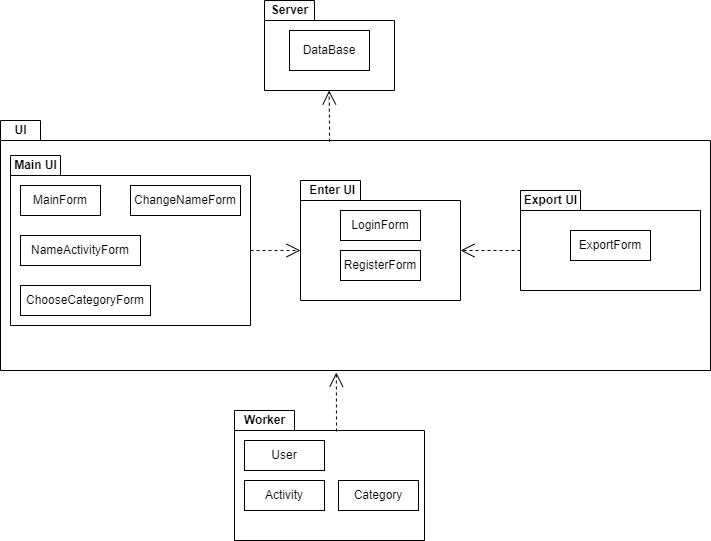
This is Диаграмма пакетов.png from MgrDim/Time-tracking-app-project, a draw.io export, as it was before one commit. Source tidied: cells renumbered, new cells last; positions are measured from the earlier drawing's top-left corner, leaving out a move shared by most shapes. The source it was exported from:
```xml
<mxGraphModel>
  <root>
    <mxCell id="0" />
    <mxCell id="1" parent="0" />
    <mxCell id="2" style="group;" parent="1" vertex="1">
      <mxGeometry y="120" width="710" height="250" as="geometry" />
    </mxCell>
    <mxCell id="3" style="shape=folder;fontStyle=1;spacingTop=10;tabWidth=40;tabHeight=20;tabPosition=left;html=1;whiteSpace=wrap;" parent="2" vertex="1">
      <mxGeometry width="710" height="250" as="geometry" />
    </mxCell>
    <mxCell id="4" value="UI" style="text;align=center;fontStyle=1;verticalAlign=middle;spacingLeft=3;spacingRight=3;strokeColor=none;html=1;" parent="2" vertex="1">
      <mxGeometry width="40" height="20" as="geometry" />
    </mxCell>
    <mxCell id="5" style="group;" parent="2" vertex="1">
      <mxGeometry x="300" y="60" width="190" height="120" as="geometry" />
    </mxCell>
    <mxCell id="6" style="shape=folder;fontStyle=1;spacingTop=10;tabWidth=60;tabHeight=20;tabPosition=left;html=1;whiteSpace=wrap;" parent="5" vertex="1">
      <mxGeometry width="160" height="120" as="geometry" />
    </mxCell>
    <mxCell id="7" value="&amp;nbsp;Enter UI" style="text;align=center;fontStyle=1;verticalAlign=middle;spacingLeft=3;spacingRight=3;strokeColor=none;html=1;" parent="5" vertex="1">
      <mxGeometry width="60" height="20" as="geometry" />
    </mxCell>
    <mxCell id="8" value="LoginForm" style="html=1;whiteSpace=wrap;" parent="5" vertex="1">
      <mxGeometry x="40" y="30" width="80" height="30" as="geometry" />
    </mxCell>
    <mxCell id="9" value="RegisterForm" style="html=1;whiteSpace=wrap;" parent="5" vertex="1">
      <mxGeometry x="40" y="70" width="80" height="30" as="geometry" />
    </mxCell>
    <mxCell id="10" style="group;" parent="2" vertex="1">
      <mxGeometry x="10" y="35" width="240" height="170" as="geometry" />
    </mxCell>
    <mxCell id="11" style="shape=folder;fontStyle=1;spacingTop=10;tabWidth=50;tabHeight=20;tabPosition=left;html=1;whiteSpace=wrap;" parent="10" vertex="1">
      <mxGeometry width="240" height="170" as="geometry" />
    </mxCell>
    <mxCell id="12" value="Main UI" style="text;align=center;fontStyle=1;verticalAlign=middle;spacingLeft=3;spacingRight=3;strokeColor=none;html=1;" parent="10" vertex="1">
      <mxGeometry width="50" height="20" as="geometry" />
    </mxCell>
    <mxCell id="13" value="MainForm" style="html=1;whiteSpace=wrap;" parent="10" vertex="1">
      <mxGeometry x="10" y="30" width="80" height="30" as="geometry" />
    </mxCell>
    <mxCell id="14" value="NameActivityForm" style="html=1;whiteSpace=wrap;" parent="10" vertex="1">
      <mxGeometry x="10" y="80" width="120" height="30" as="geometry" />
    </mxCell>
    <mxCell id="15" value="ChooseCategoryForm" style="html=1;whiteSpace=wrap;" parent="10" vertex="1">
      <mxGeometry x="10" y="130" width="130" height="30" as="geometry" />
    </mxCell>
    <mxCell id="16" value="ChangeNameForm" style="html=1;whiteSpace=wrap;" parent="10" vertex="1">
      <mxGeometry x="120" y="30" width="110" height="30" as="geometry" />
    </mxCell>
    <mxCell id="17" style="edgeStyle=orthogonalEdgeStyle;rounded=0;orthogonalLoop=1;jettySize=auto;html=1;exitX=0.5;exitY=1;exitDx=0;exitDy=0;" parent="10" edge="1" source="16" target="16">
      <mxGeometry relative="1" as="geometry" />
    </mxCell>
    <mxCell id="18" style="group;" parent="2" vertex="1">
      <mxGeometry x="520" y="70" width="180" height="100" as="geometry" />
    </mxCell>
    <mxCell id="19" style="shape=folder;fontStyle=1;spacingTop=10;tabWidth=60;tabHeight=20;tabPosition=left;html=1;whiteSpace=wrap;" parent="18" vertex="1">
      <mxGeometry width="180" height="100" as="geometry" />
    </mxCell>
    <mxCell id="20" value="Export UI" style="text;align=center;fontStyle=1;verticalAlign=middle;spacingLeft=3;spacingRight=3;strokeColor=none;html=1;" parent="18" vertex="1">
      <mxGeometry width="60" height="20" as="geometry" />
    </mxCell>
    <mxCell id="21" value="ExportForm" style="html=1;whiteSpace=wrap;" parent="18" vertex="1">
      <mxGeometry x="50" y="40" width="80" height="30" as="geometry" />
    </mxCell>
    <mxCell id="22" style="endArrow=open;endSize=12;dashed=1;html=1;rounded=0;exitX=0;exitY=0;exitDx=240;exitDy=95;exitPerimeter=0;entryX=0;entryY=0;entryDx=0;entryDy=70;entryPerimeter=0;" parent="2" edge="1" source="11" target="6">
      <mxGeometry relative="1" as="geometry" />
    </mxCell>
    <mxCell id="23" style="endArrow=open;endSize=12;dashed=1;html=1;rounded=0;exitX=0;exitY=0;exitDx=0;exitDy=60;exitPerimeter=0;entryX=0;entryY=0;entryDx=160;entryDy=70;entryPerimeter=0;" parent="2" edge="1" source="19" target="6">
      <mxGeometry relative="1" as="geometry" />
    </mxCell>
    <mxCell id="24" style="group;" parent="1" vertex="1">
      <mxGeometry x="234" y="410" width="190" height="130" as="geometry" />
    </mxCell>
    <mxCell id="25" style="shape=folder;fontStyle=1;spacingTop=10;tabWidth=60;tabHeight=20;tabPosition=left;html=1;whiteSpace=wrap;" parent="24" vertex="1">
      <mxGeometry width="190" height="130" as="geometry" />
    </mxCell>
    <mxCell id="26" value="Worker" style="text;align=center;fontStyle=1;verticalAlign=middle;spacingLeft=3;spacingRight=3;strokeColor=none;html=1;" parent="24" vertex="1">
      <mxGeometry width="60" height="20" as="geometry" />
    </mxCell>
    <mxCell id="27" value="User" style="html=1;whiteSpace=wrap;" parent="24" vertex="1">
      <mxGeometry x="10" y="30" width="80" height="30" as="geometry" />
    </mxCell>
    <mxCell id="28" value="Activity" style="html=1;whiteSpace=wrap;" parent="24" vertex="1">
      <mxGeometry x="10" y="70" width="80" height="30" as="geometry" />
    </mxCell>
    <mxCell id="29" value="Category" style="html=1;whiteSpace=wrap;" parent="24" vertex="1">
      <mxGeometry x="104" y="70" width="80" height="30" as="geometry" />
    </mxCell>
    <mxCell id="30" style="group;" parent="1" vertex="1">
      <mxGeometry x="264" width="130" height="90" as="geometry" />
    </mxCell>
    <mxCell id="31" style="shape=folder;fontStyle=1;spacingTop=10;tabWidth=50;tabHeight=20;tabPosition=left;html=1;whiteSpace=wrap;" parent="30" vertex="1">
      <mxGeometry width="130" height="90" as="geometry" />
    </mxCell>
    <mxCell id="32" value="Server" style="text;align=center;fontStyle=1;verticalAlign=middle;spacingLeft=3;spacingRight=3;strokeColor=none;html=1;" parent="30" vertex="1">
      <mxGeometry width="50" height="20" as="geometry" />
    </mxCell>
    <mxCell id="33" value="DataBase" style="html=1;whiteSpace=wrap;" parent="30" vertex="1">
      <mxGeometry x="25" y="30" width="80" height="40" as="geometry" />
    </mxCell>
    <mxCell id="34" style="endArrow=open;endSize=12;dashed=1;html=1;rounded=0;entryX=0.473;entryY=1.008;entryDx=0;entryDy=0;entryPerimeter=0;" parent="1" edge="1" target="3">
      <mxGeometry relative="1" as="geometry">
        <mxPoint x="336" y="431" as="sourcePoint" />
      </mxGeometry>
    </mxCell>
    <mxCell id="35" style="endArrow=open;endSize=12;dashed=1;html=1;rounded=0;exitX=0.479;exitY=0.08;exitDx=0;exitDy=0;exitPerimeter=0;entryX=0.582;entryY=0.987;entryDx=0;entryDy=0;entryPerimeter=0;" parent="1" edge="1">
      <mxGeometry relative="1" as="geometry">
        <mxPoint x="329.1" y="141.2" as="sourcePoint" />
        <mxPoint x="328.7" y="90" as="targetPoint" />
      </mxGeometry>
    </mxCell>
  </root>
</mxGraphModel>
```
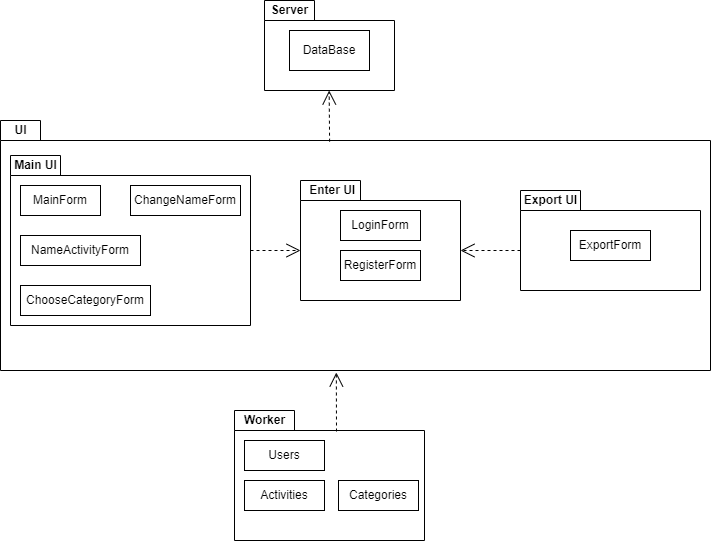
The same file after the commit.

Commit message:
Обновление диаграммы пакетов

Change to the diagram source:
```diff
@@ -77,13 +77,13 @@
     <mxCell id="26" value="Worker" style="text;align=center;fontStyle=1;verticalAlign=middle;spacingLeft=3;spacingRight=3;strokeColor=none;html=1;" parent="24" vertex="1">
       <mxGeometry width="60" height="20" as="geometry" />
     </mxCell>
-    <mxCell id="27" value="User" style="html=1;whiteSpace=wrap;" parent="24" vertex="1">
+    <mxCell id="27" value="Users" style="html=1;whiteSpace=wrap;" parent="24" vertex="1">
       <mxGeometry x="10" y="30" width="80" height="30" as="geometry" />
     </mxCell>
-    <mxCell id="28" value="Activity" style="html=1;whiteSpace=wrap;" parent="24" vertex="1">
+    <mxCell id="28" value="Activities" style="html=1;whiteSpace=wrap;" parent="24" vertex="1">
       <mxGeometry x="10" y="70" width="80" height="30" as="geometry" />
     </mxCell>
-    <mxCell id="29" value="Category" style="html=1;whiteSpace=wrap;" parent="24" vertex="1">
+    <mxCell id="29" value="Categories" style="html=1;whiteSpace=wrap;" parent="24" vertex="1">
       <mxGeometry x="104" y="70" width="80" height="30" as="geometry" />
     </mxCell>
     <mxCell id="30" style="group;" parent="1" vertex="1">
```
